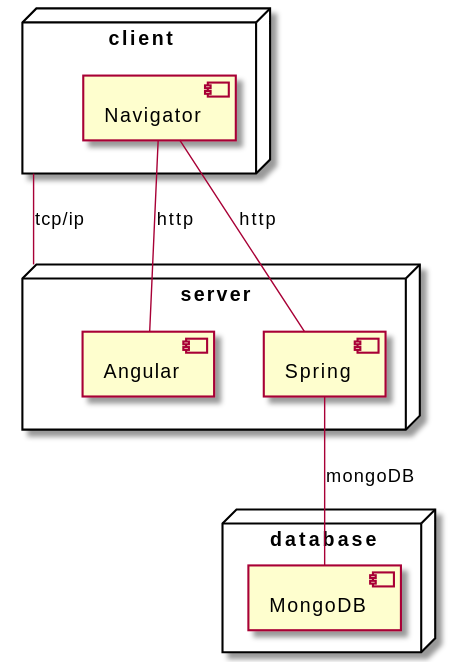
x-USantaTecla-project-ustUML/requirements keeps this PlantUML diagram as docs/diagrams/out/design/deployView.svg. Above is the earlier version.
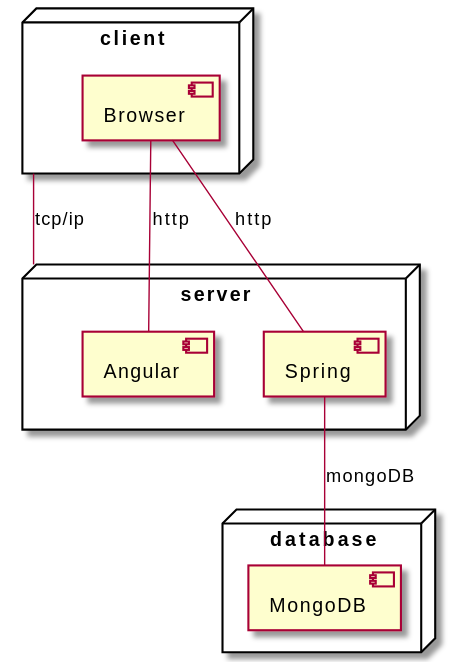
The same file after the commit.

Commit message:
Changed one name in Deploy View

The edit, as a diff of the source:
```diff
@@ -1,6 +1,6 @@
 @startuml
 node client {
-    component Navigator
+    component Browser
 }
 
 node server {
@@ -13,7 +13,7 @@
 }
 
 client -down- server: tcp/ip
-Navigator -down- Spring: http
-Navigator -down- Angular: http
+Browser -down- Spring: http
+Browser -down- Angular: http
 Spring -down- MongoDB: mongoDB
 @enduml
```
